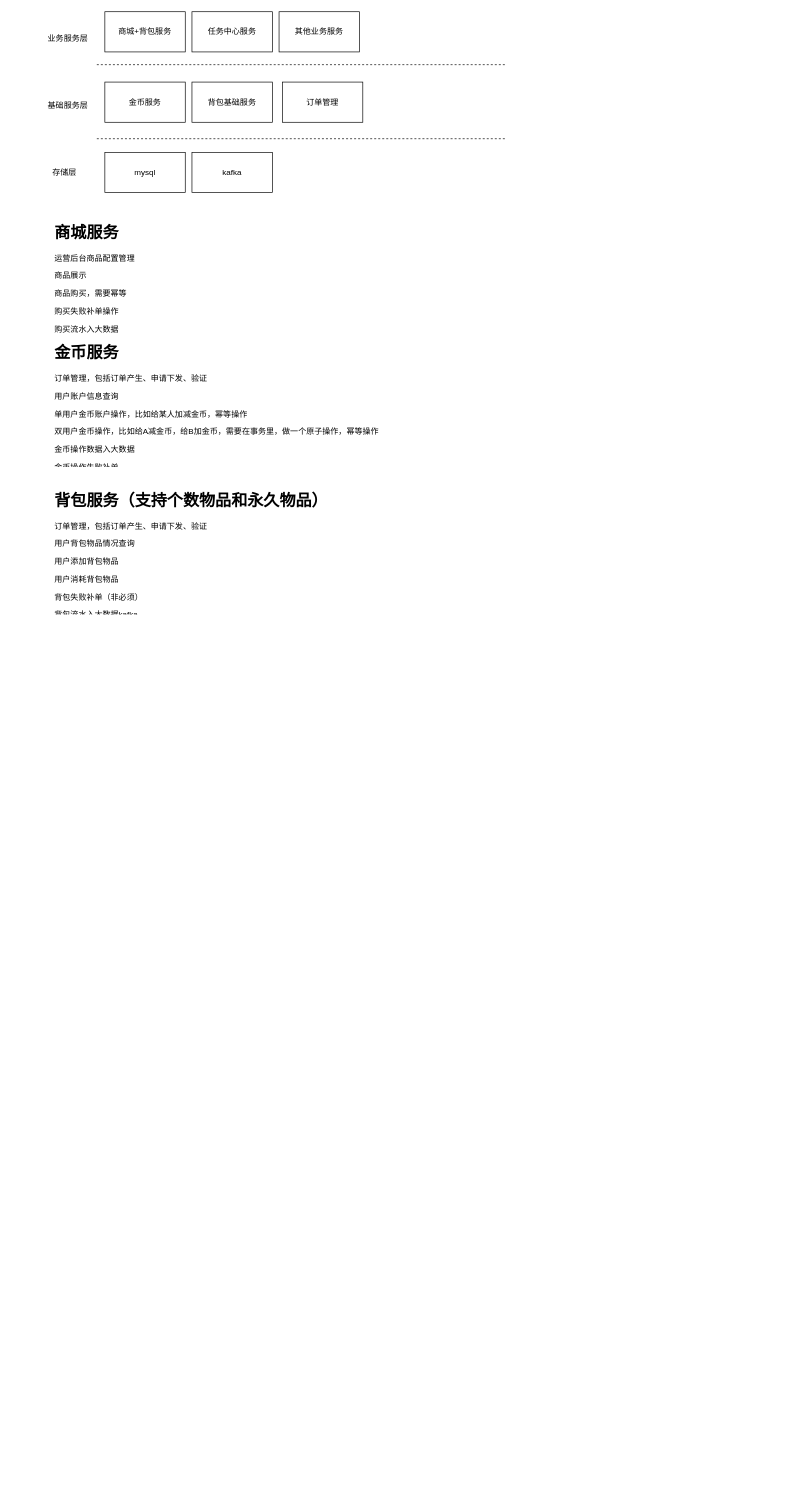
Above: 核桃商城背包.drawio in xiell2016/hetaoDesign (draw.io), before the change. Source tidied: cells renumbered, new cells numbered last; positions are measured from the earlier drawing's top-left corner, leaving out a move shared by most shapes. Both pictures are drawn from the tidied source at 67%, with x=0, y=0 at pixel (44, 11).
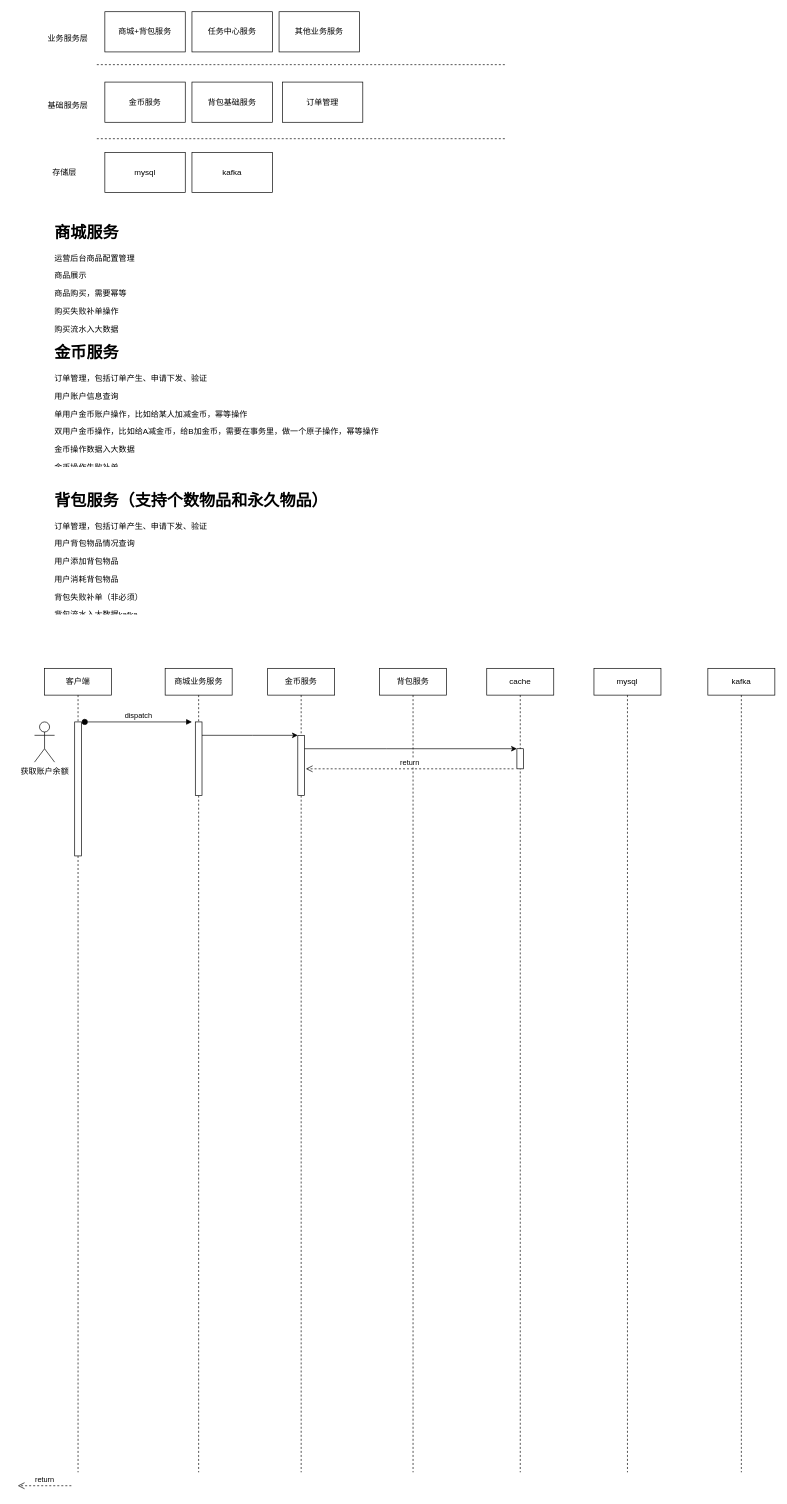
The same diagram, later.

Commit message:
核桃商城背包.drawio

Diff of the diagram source:
```diff
@@
+    <mxCell id="18" value="商城业务服务" style="shape=umlLifeline;perimeter=lifelinePerimeter;whiteSpace=wrap;html=1;" parent="1" vertex="1">
+      <mxGeometry x="180" y="980" width="100" height="1200" as="geometry" />
+    </mxCell>
+    <mxCell id="19" style="html=1;points=[];perimeter=orthogonalPerimeter;" parent="18" vertex="1">
+      <mxGeometry x="45" y="80" width="10" height="110" as="geometry" />
+    </mxCell>
+    <mxCell id="20" value="kafka" style="shape=umlLifeline;perimeter=lifelinePerimeter;whiteSpace=wrap;html=1;" parent="1" vertex="1">
+      <mxGeometry x="990" y="980" width="100" height="1200" as="geometry" />
+    </mxCell>
+    <mxCell id="21" value="mysql" style="shape=umlLifeline;perimeter=lifelinePerimeter;whiteSpace=wrap;html=1;" parent="1" vertex="1">
+      <mxGeometry x="820" y="980" width="100" height="1200" as="geometry" />
+    </mxCell>
+    <mxCell id="22" value="cache" style="shape=umlLifeline;perimeter=lifelinePerimeter;whiteSpace=wrap;html=1;" parent="1" vertex="1">
+      <mxGeometry x="660" y="980" width="100" height="1200" as="geometry" />
+    </mxCell>
+    <mxCell id="23" style="html=1;points=[];perimeter=orthogonalPerimeter;" parent="22" vertex="1">
+      <mxGeometry x="45" y="120" width="10" height="30" as="geometry" />
+    </mxCell>
+    <mxCell id="24" value="背包服务" style="shape=umlLifeline;perimeter=lifelinePerimeter;whiteSpace=wrap;html=1;" parent="1" vertex="1">
+      <mxGeometry x="500" y="980" width="100" height="1200" as="geometry" />
+    </mxCell>
+    <mxCell id="25" value="金币服务" style="shape=umlLifeline;perimeter=lifelinePerimeter;whiteSpace=wrap;html=1;" parent="1" vertex="1">
+      <mxGeometry x="333" y="980" width="100" height="1200" as="geometry" />
+    </mxCell>
+    <mxCell id="26" style="html=1;points=[];perimeter=orthogonalPerimeter;" parent="25" vertex="1">
+      <mxGeometry x="45" y="100" width="10" height="90" as="geometry" />
+    </mxCell>
+    <mxCell id="27" value="客户端" style="shape=umlLifeline;perimeter=lifelinePerimeter;whiteSpace=wrap;html=1;" parent="1" vertex="1">
+      <mxGeometry y="980" width="100" height="1200" as="geometry" />
+    </mxCell>
+    <mxCell id="28" style="html=1;perimeter=orthogonalPerimeter;" parent="27" vertex="1">
+      <mxGeometry x="45" y="80" width="10" height="200" as="geometry" />
+    </mxCell>
+    <mxCell id="29" value="dispatch" style="html=1;verticalAlign=bottom;startArrow=oval;startFill=1;endArrow=block;startSize=8;" parent="27" edge="1">
+      <mxGeometry relative="1" as="geometry">
+        <mxPoint x="60" y="80" as="sourcePoint" />
+        <mxPoint x="220" y="80" as="targetPoint" />
+      </mxGeometry>
+    </mxCell>
+    <mxCell id="30" value="获取账户余额" style="shape=umlActor;verticalLabelPosition=bottom;labelBackgroundColor=#ffffff;verticalAlign=top;html=1;" parent="1" vertex="1">
+      <mxGeometry x="-15" y="1060" width="30" height="60" as="geometry" />
+    </mxCell>
+    <mxCell id="31" style="edgeStyle=orthogonalEdgeStyle;rounded=0;jettySize=auto;html=1;" parent="1" edge="1" source="19" target="26">
+      <mxGeometry relative="1" as="geometry">
+        <Array as="points">
+          <mxPoint x="310" y="1080" />
+          <mxPoint x="310" y="1080" />
+        </Array>
+      </mxGeometry>
+    </mxCell>
+    <mxCell id="32" style="edgeStyle=orthogonalEdgeStyle;rounded=0;jettySize=auto;html=1;" parent="1" edge="1" source="26" target="23">
+      <mxGeometry relative="1" as="geometry">
+        <Array as="points">
+          <mxPoint x="510" y="1100" />
+          <mxPoint x="510" y="1100" />
+        </Array>
+      </mxGeometry>
+    </mxCell>
+    <mxCell id="33" value="return" style="html=1;verticalAlign=bottom;endArrow=open;dashed=1;endSize=8;" parent="1" edge="1">
+      <mxGeometry relative="1" as="geometry">
+        <mxPoint x="40" y="2200" as="sourcePoint" />
+        <mxPoint x="-40" y="2200" as="targetPoint" />
+      </mxGeometry>
+    </mxCell>
+    <mxCell id="34" value="return" style="html=1;verticalAlign=bottom;endArrow=open;dashed=1;endSize=8;" parent="1" edge="1">
+      <mxGeometry relative="1" as="geometry">
+        <mxPoint x="700" y="1130" as="sourcePoint" />
+        <mxPoint x="390" y="1130" as="targetPoint" />
+      </mxGeometry>
+    </mxCell>
```
